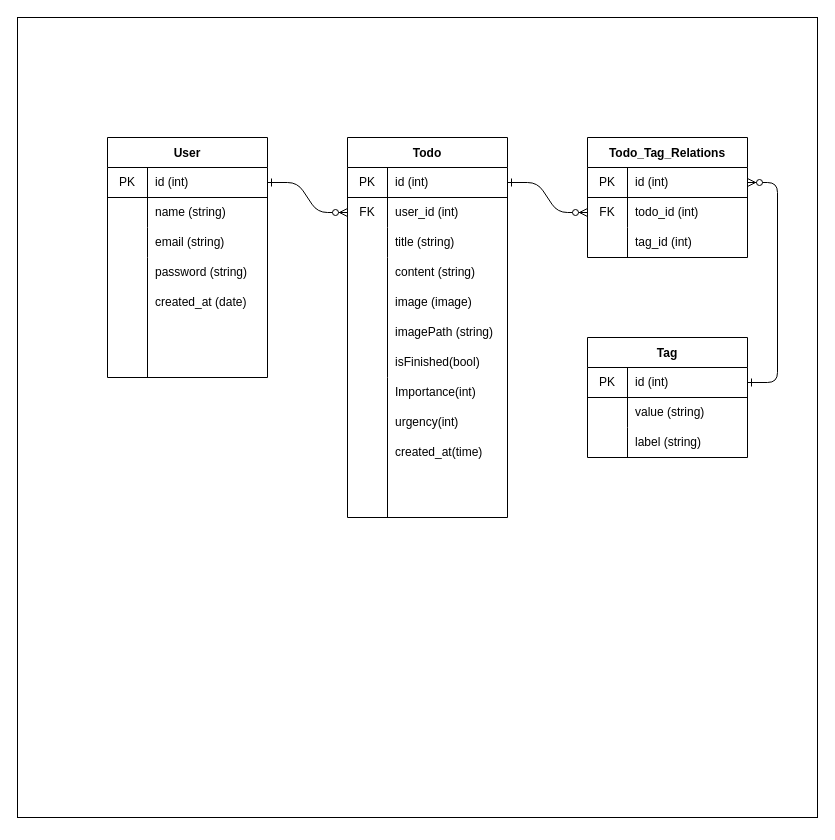
kory-jp/react_golang_mux keeps this draw.io diagram as api/assets/dev/ModelDesign/ER.dio. Above is the earlier version. Source tidied: cells renumbered, new cells numbered last; positions are measured from the earlier drawing's top-left corner, leaving out a move shared by most shapes. Both pictures are drawn from the tidied source at 100%, with x=0, y=0 at pixel (17, 17).
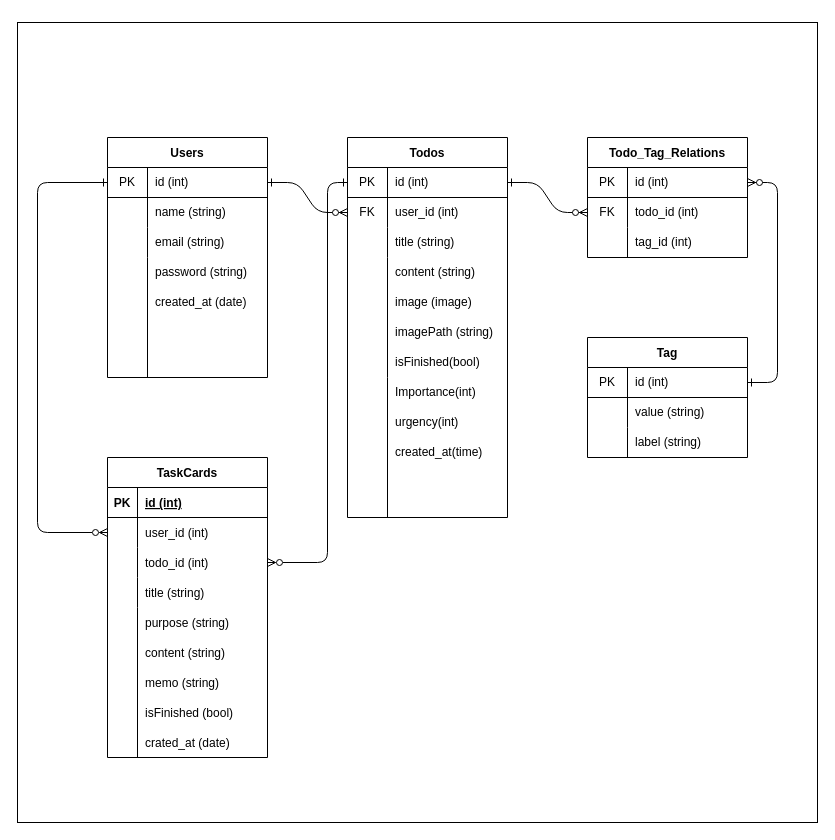
Above is the later version.

The change refers to these unchanged cells:
```xml
<mxCell id="4" style="shape=partialRectangle;html=1;whiteSpace=wrap;fillColor=none;top=0;left=0;bottom=1;right=0;points=[[0,0.5],[1,0.5]];portConstraint=eastwest;" parent="3" vertex="1">
  <mxGeometry y="30" width="160" height="30" as="geometry" />
</mxCell>
<mxCell id="19" style="shape=partialRectangle;html=1;whiteSpace=wrap;fillColor=none;top=0;left=0;bottom=1;right=0;points=[[0,0.5],[1,0.5]];portConstraint=eastwest;" parent="18" vertex="1">
  <mxGeometry y="30" width="160" height="30" as="geometry" />
</mxCell>
```

The edit, as a diff of the source:
```diff
@@
     <mxCell id="2" style="whiteSpace=wrap;html=1;fillColor=default;" parent="1" vertex="1">
-      <mxGeometry width="800" height="800" as="geometry" />
+      <mxGeometry y="5" width="800" height="800" as="geometry" />
     </mxCell>
-    <mxCell id="3" value="User" style="shape=table;startSize=30;childLayout=tableLayout;rowLines=0;fontStyle=1;align=center;" parent="1" vertex="1">
+    <mxCell id="3" value="Users" style="shape=table;startSize=30;childLayout=tableLayout;rowLines=0;fontStyle=1;align=center;" parent="1" vertex="1">
       <mxGeometry x="90" y="120" width="160" height="240" as="geometry" />
     </mxCell>
@@
-    <mxCell id="18" value="Todo" style="shape=table;startSize=30;childLayout=tableLayout;rowLines=0;fontStyle=1;align=center;" parent="1" vertex="1">
+    <mxCell id="18" value="Todos" style="shape=table;startSize=30;childLayout=tableLayout;rowLines=0;fontStyle=1;align=center;" parent="1" vertex="1">
       <mxGeometry x="330" y="120" width="160" height="380" as="geometry" />
     </mxCell>
@@
+    <mxCell id="60" value="TaskCards" style="shape=table;startSize=30;childLayout=tableLayout;rowLines=0;fontStyle=1;align=center;" parent="1" vertex="1">
+      <mxGeometry x="90" y="440" width="160" height="300" as="geometry" />
+    </mxCell>
+    <mxCell id="61" style="shape=partialRectangle;fillColor=none;top=0;left=0;bottom=1;right=0;" parent="60" vertex="1">
+      <mxGeometry y="30" width="160" height="30" as="geometry" />
+    </mxCell>
+    <mxCell id="62" value="PK" style="shape=partialRectangle;fillColor=none;top=0;left=0;bottom=0;right=0;fontStyle=1;overflow=hidden;" parent="61" vertex="1">
+      <mxGeometry width="30" height="30" as="geometry" />
+    </mxCell>
+    <mxCell id="63" value="id (int)" style="shape=partialRectangle;fillColor=none;top=0;left=0;bottom=0;right=0;align=left;spacingLeft=6;fontStyle=5;overflow=hidden;" parent="61" vertex="1">
+      <mxGeometry x="30" width="130" height="30" as="geometry" />
+    </mxCell>
+    <mxCell id="64" style="shape=partialRectangle;fillColor=none;top=0;left=0;bottom=0;right=0;points=[[0,0.5],[1,0.5]];portConstraint=eastwest;" parent="60" vertex="1">
+      <mxGeometry y="60" width="160" height="30" as="geometry" />
+    </mxCell>
+    <mxCell id="65" style="shape=partialRectangle;fillColor=none;top=0;left=0;bottom=0;right=0;overflow=hidden;" parent="64" vertex="1">
+      <mxGeometry width="30" height="30" as="geometry" />
+    </mxCell>
+    <mxCell id="66" value="user_id (int)" style="shape=partialRectangle;fillColor=none;top=0;left=0;bottom=0;right=0;align=left;spacingLeft=6;overflow=hidden;" parent="64" vertex="1">
+      <mxGeometry x="30" width="130" height="30" as="geometry" />
+    </mxCell>
+    <mxCell id="67" style="shape=partialRectangle;fillColor=none;top=0;left=0;bottom=0;right=0;points=[[0,0.5],[1,0.5]];portConstraint=eastwest;" parent="60" vertex="1">
+      <mxGeometry y="90" width="160" height="30" as="geometry" />
+    </mxCell>
+    <mxCell id="68" style="shape=partialRectangle;fillColor=none;top=0;left=0;bottom=0;right=0;overflow=hidden;" parent="67" vertex="1">
+      <mxGeometry width="30" height="30" as="geometry" />
+    </mxCell>
+    <mxCell id="69" value="todo_id (int)" style="shape=partialRectangle;fillColor=none;top=0;left=0;bottom=0;right=0;align=left;spacingLeft=6;overflow=hidden;" parent="67" vertex="1">
+      <mxGeometry x="30" width="130" height="30" as="geometry" />
+    </mxCell>
+    <mxCell id="70" style="shape=partialRectangle;fillColor=none;top=0;left=0;bottom=0;right=0;" parent="60" vertex="1">
+      <mxGeometry y="120" width="160" height="30" as="geometry" />
+    </mxCell>
+    <mxCell id="71" style="shape=partialRectangle;fillColor=none;top=0;left=0;bottom=0;right=0;overflow=hidden;" parent="70" vertex="1">
+      <mxGeometry width="30" height="30" as="geometry" />
+    </mxCell>
+    <mxCell id="72" value="title (string)" style="shape=partialRectangle;fillColor=none;top=0;left=0;bottom=0;right=0;align=left;spacingLeft=6;overflow=hidden;" parent="70" vertex="1">
+      <mxGeometry x="30" width="130" height="30" as="geometry" />
+    </mxCell>
+    <mxCell id="73" style="endArrow=none;html=1;rounded=0;" parent="1" edge="1">
+      <mxGeometry relative="1" as="geometry">
+        <mxPoint x="120" y="590" as="sourcePoint" />
+        <mxPoint x="120" y="740" as="targetPoint" />
+      </mxGeometry>
+    </mxCell>
+    <mxCell id="74" style="html=1;align=right;verticalAlign=bottom;" parent="73" vertex="1">
+      <mxGeometry x="1" relative="1" as="geometry" />
+    </mxCell>
+    <mxCell id="75" value="purpose (string)" style="shape=partialRectangle;fillColor=none;top=0;left=0;bottom=0;right=0;align=left;spacingLeft=6;overflow=hidden;" parent="1" vertex="1">
+      <mxGeometry x="120" y="590" width="130" height="30" as="geometry" />
+    </mxCell>
+    <mxCell id="76" style="edgeStyle=none;html=1;exitX=0;exitY=0.5;exitDx=0;exitDy=0;entryX=0;entryY=0.5;entryDx=0;entryDy=0;startArrow=ERone;startFill=0;endArrow=ERzeroToMany;endFill=0;" parent="1" edge="1" source="4" target="64">
+      <mxGeometry relative="1" as="geometry">
+        <Array as="points">
+          <mxPoint x="20" y="165" />
+          <mxPoint x="20" y="515" />
+        </Array>
+      </mxGeometry>
+    </mxCell>
+    <mxCell id="77" style="edgeStyle=none;html=1;exitX=0;exitY=0.5;exitDx=0;exitDy=0;entryX=1;entryY=0.5;entryDx=0;entryDy=0;startArrow=ERone;startFill=0;endArrow=ERzeroToMany;endFill=0;" parent="1" edge="1" source="19" target="67">
+      <mxGeometry relative="1" as="geometry">
+        <Array as="points">
+          <mxPoint x="310" y="165" />
+          <mxPoint x="310" y="545" />
+        </Array>
+      </mxGeometry>
+    </mxCell>
+    <mxCell id="78" value="content (string)" style="shape=partialRectangle;fillColor=none;top=0;left=0;bottom=0;right=0;align=left;spacingLeft=6;overflow=hidden;" parent="1" vertex="1">
+      <mxGeometry x="120" y="620" width="130" height="30" as="geometry" />
+    </mxCell>
+    <mxCell id="79" value="memo (string)" style="shape=partialRectangle;fillColor=none;top=0;left=0;bottom=0;right=0;align=left;spacingLeft=6;overflow=hidden;" parent="1" vertex="1">
+      <mxGeometry x="120" y="650" width="130" height="30" as="geometry" />
+    </mxCell>
+    <mxCell id="80" value="isFinished (bool)" style="shape=partialRectangle;fillColor=none;top=0;left=0;bottom=0;right=0;align=left;spacingLeft=6;overflow=hidden;" parent="1" vertex="1">
+      <mxGeometry x="120" y="680" width="130" height="30" as="geometry" />
+    </mxCell>
+    <mxCell id="81" value="crated_at (date)" style="shape=partialRectangle;fillColor=none;top=0;left=0;bottom=0;right=0;align=left;spacingLeft=6;overflow=hidden;" parent="1" vertex="1">
+      <mxGeometry x="120" y="710" width="130" height="30" as="geometry" />
+    </mxCell>
```
